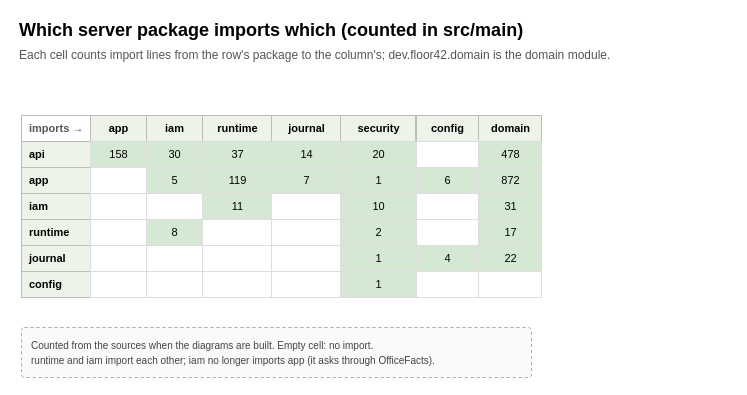
Earlier version of the draw.io diagram page "2 Server imports" (2 of 4) of docs/architecture/02-modules.drawio (padashtan/floor42). Source tidied: cells renumbered, new cells numbered last; positions are measured from the earlier drawing's top-left corner, leaving out a move shared by most shapes. Both pictures are drawn from the tidied source at 100%, with x=0, y=0 at pixel (17, 17).
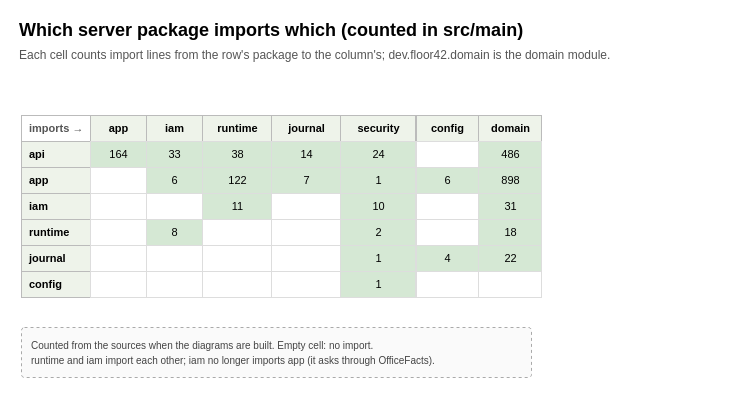
Above is the later version.

What changed in the source:
```diff
@@
-    <mxCell id="13" value="158" style="rounded=0;html=1;fillColor=#d5e8d4;strokeColor=#dddddd;fontSize=11;" parent="1" vertex="1">
+    <mxCell id="13" value="164" style="rounded=0;html=1;fillColor=#d5e8d4;strokeColor=#dddddd;fontSize=11;" parent="1" vertex="1">
       <mxGeometry x="73" y="124" width="56" height="26" as="geometry" />
     </mxCell>
-    <mxCell id="14" value="30" style="rounded=0;html=1;fillColor=#d5e8d4;strokeColor=#dddddd;fontSize=11;" parent="1" vertex="1">
+    <mxCell id="14" value="33" style="rounded=0;html=1;fillColor=#d5e8d4;strokeColor=#dddddd;fontSize=11;" parent="1" vertex="1">
       <mxGeometry x="129" y="124" width="56" height="26" as="geometry" />
     </mxCell>
-    <mxCell id="15" value="37" style="rounded=0;html=1;fillColor=#d5e8d4;strokeColor=#dddddd;fontSize=11;" parent="1" vertex="1">
+    <mxCell id="15" value="38" style="rounded=0;html=1;fillColor=#d5e8d4;strokeColor=#dddddd;fontSize=11;" parent="1" vertex="1">
       <mxGeometry x="185" y="124" width="69" height="26" as="geometry" />
     </mxCell>
@@
-    <mxCell id="17" value="20" style="rounded=0;html=1;fillColor=#d5e8d4;strokeColor=#dddddd;fontSize=11;" parent="1" vertex="1">
+    <mxCell id="17" value="24" style="rounded=0;html=1;fillColor=#d5e8d4;strokeColor=#dddddd;fontSize=11;" parent="1" vertex="1">
       <mxGeometry x="323" y="124" width="75" height="26" as="geometry" />
     </mxCell>
@@
-    <mxCell id="19" value="478" style="rounded=0;html=1;fillColor=#d5e8d4;strokeColor=#dddddd;fontSize=11;" parent="1" vertex="1">
+    <mxCell id="19" value="486" style="rounded=0;html=1;fillColor=#d5e8d4;strokeColor=#dddddd;fontSize=11;" parent="1" vertex="1">
       <mxGeometry x="461" y="124" width="63" height="26" as="geometry" />
     </mxCell>
@@
-    <mxCell id="22" value="5" style="rounded=0;html=1;fillColor=#d5e8d4;strokeColor=#dddddd;fontSize=11;" parent="1" vertex="1">
+    <mxCell id="22" value="6" style="rounded=0;html=1;fillColor=#d5e8d4;strokeColor=#dddddd;fontSize=11;" parent="1" vertex="1">
       <mxGeometry x="129" y="150" width="56" height="26" as="geometry" />
     </mxCell>
-    <mxCell id="23" value="119" style="rounded=0;html=1;fillColor=#d5e8d4;strokeColor=#dddddd;fontSize=11;" parent="1" vertex="1">
+    <mxCell id="23" value="122" style="rounded=0;html=1;fillColor=#d5e8d4;strokeColor=#dddddd;fontSize=11;" parent="1" vertex="1">
       <mxGeometry x="185" y="150" width="69" height="26" as="geometry" />
     </mxCell>
@@
-    <mxCell id="27" value="872" style="rounded=0;html=1;fillColor=#d5e8d4;strokeColor=#dddddd;fontSize=11;" parent="1" vertex="1">
+    <mxCell id="27" value="898" style="rounded=0;html=1;fillColor=#d5e8d4;strokeColor=#dddddd;fontSize=11;" parent="1" vertex="1">
       <mxGeometry x="461" y="150" width="63" height="26" as="geometry" />
     </mxCell>
@@
-    <mxCell id="43" value="17" style="rounded=0;html=1;fillColor=#d5e8d4;strokeColor=#dddddd;fontSize=11;" parent="1" vertex="1">
+    <mxCell id="43" value="18" style="rounded=0;html=1;fillColor=#d5e8d4;strokeColor=#dddddd;fontSize=11;" parent="1" vertex="1">
       <mxGeometry x="461" y="202" width="63" height="26" as="geometry" />
     </mxCell>
```
